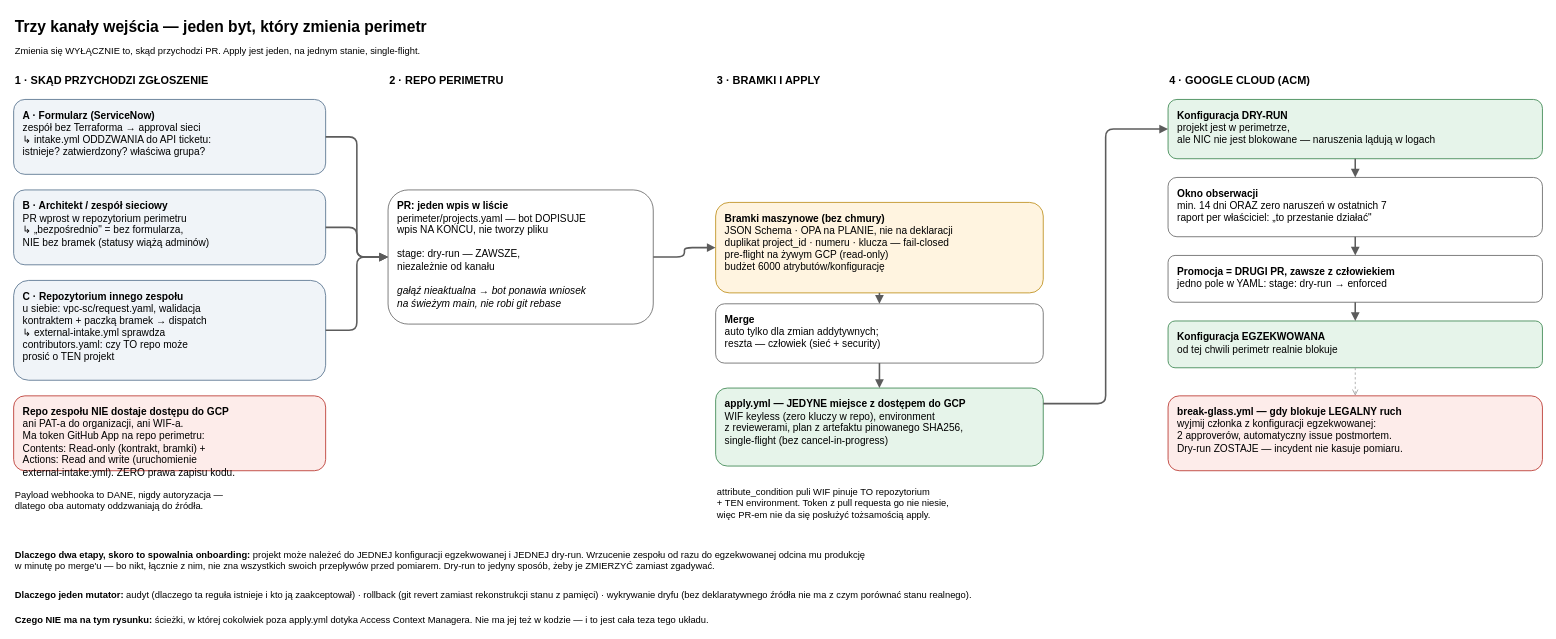
Earlier version of the draw.io diagram docs/diagrams/D6-trzy-kanaly.drawio (CptDolphin/gcp-vpc-sc). Source tidied: cells renumbered, new cells numbered last; positions are measured from the earlier drawing's top-left corner, leaving out a move shared by most shapes. Both pictures are drawn from the tidied source at 78%, with x=0, y=0 at pixel (13, 13).
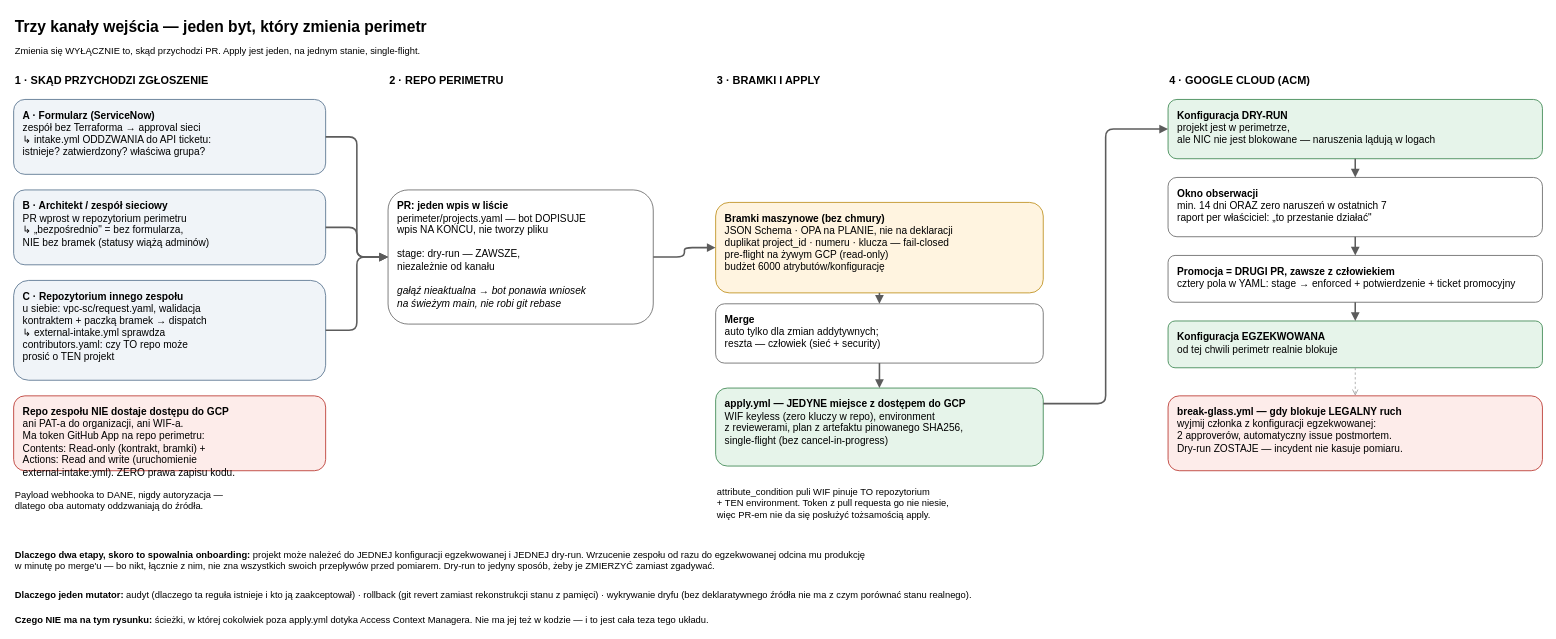
Above is the later version.

Commit message (it also covers changes not shown here):
sync(starter 5f2dd89→466b611): promocja to nie „jedno pole" także w §Czego NIE robić i na D6

Change to the diagram source:
```diff
@@
-    <mxCell id="20" value="&lt;b&gt;Promocja = DRUGI PR, zawsze z człowiekiem&lt;/b&gt;&lt;br&gt;jedno pole w YAML: stage: dry-run → enforced" style="rounded=1;whiteSpace=wrap;html=1;fillColor=#ffffff;strokeColor=#5c5c5c;align=left;verticalAlign=top;spacingLeft=10;spacingTop=6;fontSize=13;" parent="1" vertex="1">
+    <mxCell id="20" value="&lt;b&gt;Promocja = DRUGI PR, zawsze z człowiekiem&lt;/b&gt;&lt;br&gt;cztery pola w YAML: stage → enforced + potwierdzenie + ticket promocyjny" style="rounded=1;whiteSpace=wrap;html=1;fillColor=#ffffff;strokeColor=#5c5c5c;align=left;verticalAlign=top;spacingLeft=10;spacingTop=6;fontSize=13;" parent="1" vertex="1">
       <mxGeometry x="1480" y="310" width="480" height="60" as="geometry" />
     </mxCell>
```
